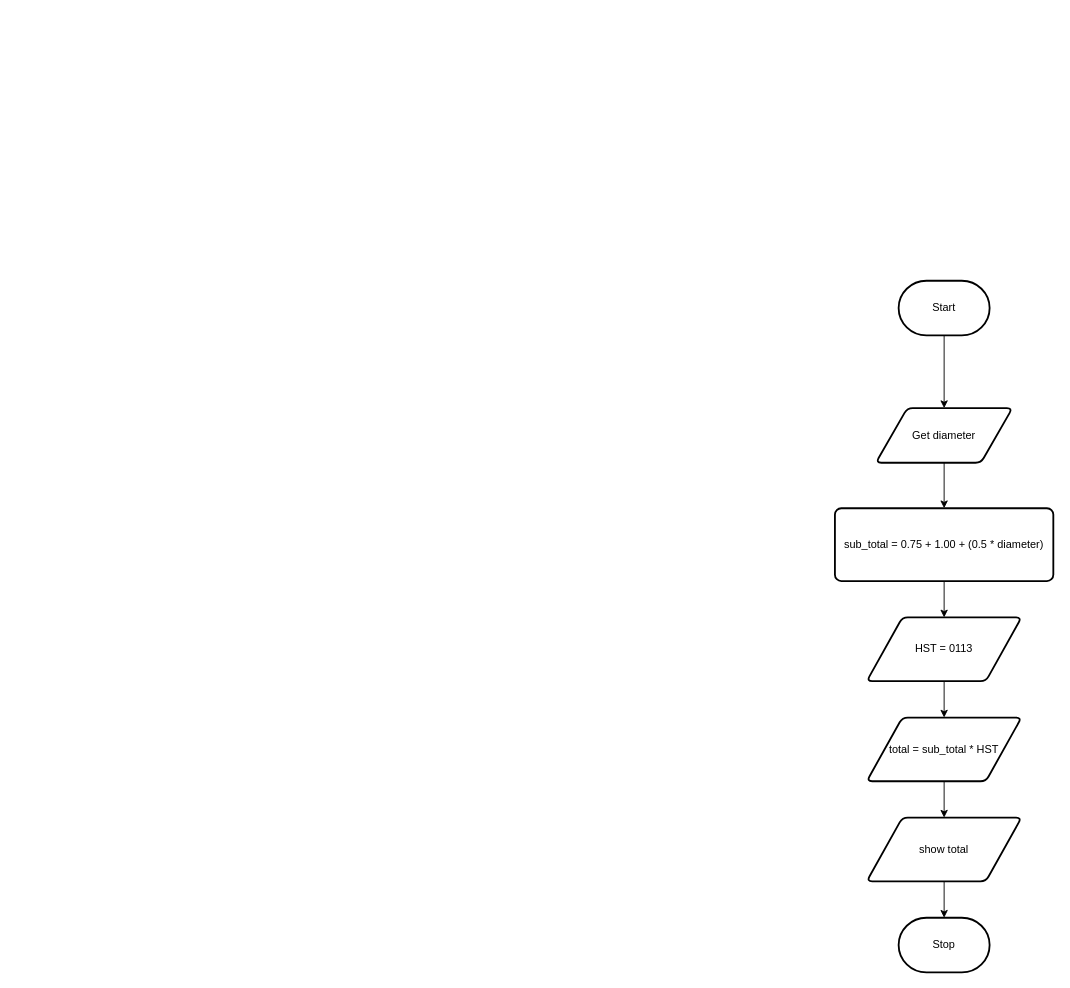
Above: flowchart.drawio in Huzaifa-Khalid-2/ICS3U-Assigment4-Python (draw.io), before the change. Source tidied: cells renumbered, new cells numbered last; positions are measured from the earlier drawing's top-left corner, leaving out a move shared by most shapes. Both pictures are drawn from the tidied source at 91%, with x=0, y=0 at pixel (834, 280).
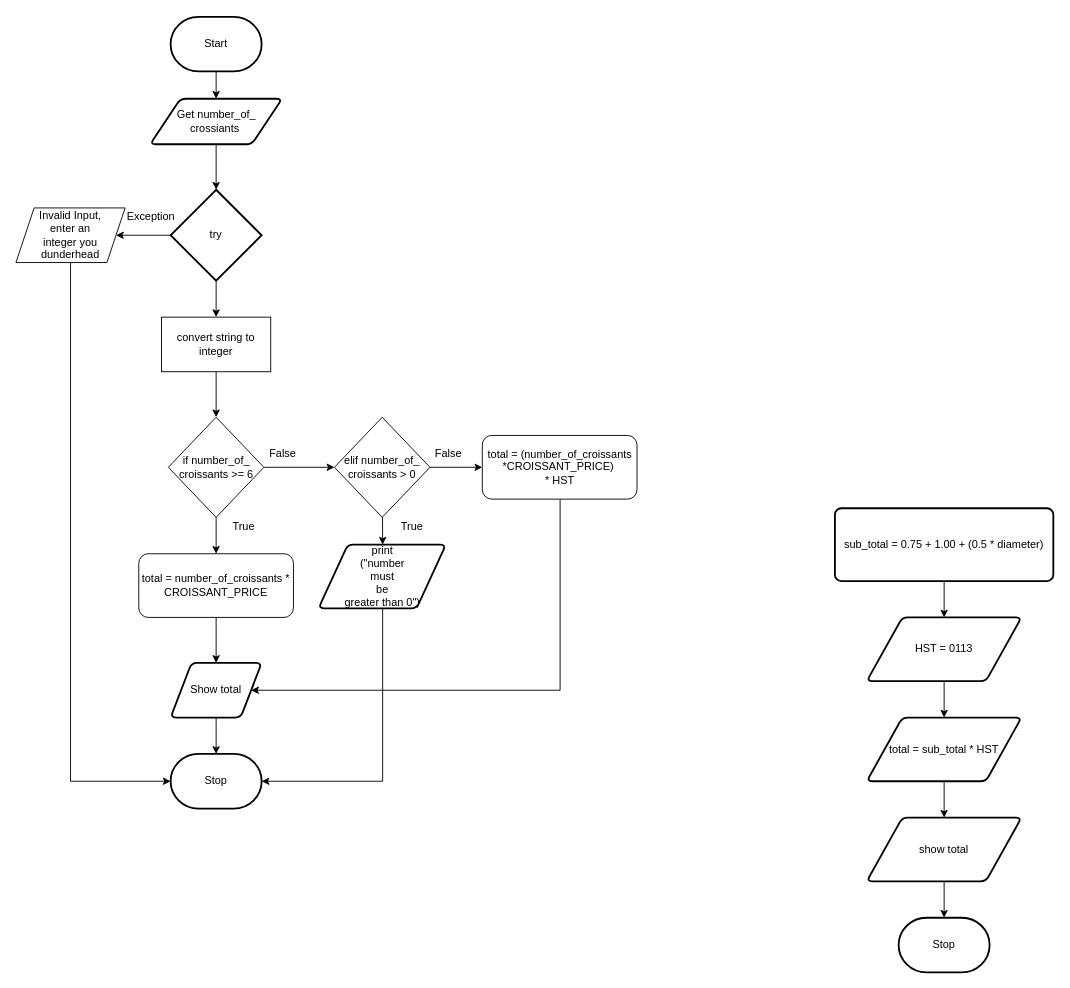
After the change.

Diff of the diagram source:
```diff
@@
-    <mxCell id="2" style="edgeStyle=none;html=1;" parent="1" edge="1" source="3">
-      <mxGeometry relative="1" as="geometry">
-        <mxPoint x="120" y="140" as="targetPoint" />
-      </mxGeometry>
-    </mxCell>
+    <mxCell id="15" style="edgeStyle=none;html=1;" parent="1" edge="1" source="3" target="5">
+      <mxGeometry relative="1" as="geometry" />
+    </mxCell>
     <mxCell id="3" value="Start" style="strokeWidth=2;html=1;shape=mxgraph.flowchart.terminator;whiteSpace=wrap;" parent="1" vertex="1">
-      <mxGeometry x="70" width="100" height="60" as="geometry" />
+      <mxGeometry x="-730" y="-290" width="100" height="60" as="geometry" />
     </mxCell>
-    <mxCell id="4" style="edgeStyle=none;html=1;" parent="1" edge="1" source="5">
-      <mxGeometry relative="1" as="geometry">
-        <mxPoint x="120" y="250" as="targetPoint" />
-      </mxGeometry>
-    </mxCell>
-    <mxCell id="5" value="Get diameter" style="shape=parallelogram;html=1;strokeWidth=2;perimeter=parallelogramPerimeter;whiteSpace=wrap;rounded=1;arcSize=12;size=0.23;" parent="1" vertex="1">
-      <mxGeometry x="45" y="140" width="150" height="60" as="geometry" />
-    </mxCell>
@@
+    <mxCell id="5" value="Get number_of_&lt;br&gt;crossiants&amp;nbsp;" style="shape=parallelogram;html=1;strokeWidth=2;perimeter=parallelogramPerimeter;whiteSpace=wrap;rounded=1;arcSize=12;size=0.23;" parent="1" vertex="1">
+      <mxGeometry x="-752.5" y="-200" width="145" height="50" as="geometry" />
+    </mxCell>
+    <mxCell id="16" style="endArrow=classic;html=1;exitX=0.5;exitY=1;exitDx=0;exitDy=0;" parent="1" edge="1" source="5" target="19">
+      <mxGeometry relative="1" as="geometry" />
+    </mxCell>
+    <mxCell id="17" style="edgeStyle=none;html=1;" parent="1" edge="1" source="19">
+      <mxGeometry relative="1" as="geometry">
+        <mxPoint x="-680" y="40" as="targetPoint" />
+      </mxGeometry>
+    </mxCell>
+    <mxCell id="18" style="edgeStyle=none;html=1;" parent="1" edge="1" source="19">
+      <mxGeometry relative="1" as="geometry">
+        <mxPoint x="-790" y="-50" as="targetPoint" />
+      </mxGeometry>
+    </mxCell>
+    <mxCell id="19" value="try" style="strokeWidth=2;html=1;shape=mxgraph.flowchart.decision;whiteSpace=wrap;" parent="1" vertex="1">
+      <mxGeometry x="-730" y="-100" width="100" height="100" as="geometry" />
+    </mxCell>
+    <mxCell id="20" style="edgeStyle=none;html=1;" parent="1" edge="1" source="21">
+      <mxGeometry relative="1" as="geometry">
+        <mxPoint x="-680" y="150" as="targetPoint" />
+      </mxGeometry>
+    </mxCell>
+    <mxCell id="21" value="&lt;span&gt;convert string to&lt;/span&gt;&lt;br&gt;&lt;span&gt;&amp;nbsp;integer&amp;nbsp;&lt;/span&gt;" style="rounded=0;whiteSpace=wrap;html=1;" parent="1" vertex="1">
+      <mxGeometry x="-740" y="40" width="120" height="60" as="geometry" />
+    </mxCell>
+    <mxCell id="22" style="edgeStyle=elbowEdgeStyle;html=1;rounded=0;entryX=0;entryY=0.5;entryDx=0;entryDy=0;entryPerimeter=0;" parent="1" edge="1" source="23" target="43">
+      <mxGeometry relative="1" as="geometry">
+        <Array as="points">
+          <mxPoint x="-840" y="240" />
+        </Array>
+      </mxGeometry>
+    </mxCell>
+    <mxCell id="23" value="Invalid Input, &lt;br&gt;enter an &lt;br&gt;integer you dunderhead" style="shape=parallelogram;perimeter=parallelogramPerimeter;whiteSpace=wrap;html=1;fixedSize=1;" parent="1" vertex="1">
+      <mxGeometry x="-900" y="-80" width="120" height="60" as="geometry" />
+    </mxCell>
+    <mxCell id="24" style="edgeStyle=none;html=1;" parent="1" edge="1" source="26">
+      <mxGeometry relative="1" as="geometry">
+        <mxPoint x="-680" y="300" as="targetPoint" />
+      </mxGeometry>
+    </mxCell>
+    <mxCell id="25" style="edgeStyle=none;html=1;" parent="1" edge="1" source="26">
+      <mxGeometry relative="1" as="geometry">
+        <mxPoint x="-550" y="205" as="targetPoint" />
+      </mxGeometry>
+    </mxCell>
+    <mxCell id="26" value="if number_of_&lt;br&gt;croissants &amp;gt;= 6" style="rhombus;whiteSpace=wrap;html=1;direction=south;" parent="1" vertex="1">
+      <mxGeometry x="-732.5" y="150" width="105" height="110" as="geometry" />
+    </mxCell>
+    <mxCell id="27" style="edgeStyle=none;html=1;" parent="1" edge="1" source="28">
+      <mxGeometry relative="1" as="geometry">
+        <mxPoint x="-680" y="420" as="targetPoint" />
+      </mxGeometry>
+    </mxCell>
+    <mxCell id="28" value="total = number_of_croissants * CROISSANT_PRICE" style="rounded=1;whiteSpace=wrap;html=1;" parent="1" vertex="1">
+      <mxGeometry x="-765" y="300" width="170" height="70" as="geometry" />
+    </mxCell>
+    <mxCell id="29" value="True" style="text;html=1;align=center;verticalAlign=middle;strokeColor=none;fillColor=none;" parent="1" vertex="1">
+      <mxGeometry x="-670" y="260" width="40" height="20" as="geometry" />
+    </mxCell>
+    <mxCell id="30" value="False" style="text;html=1;align=center;verticalAlign=middle;strokeColor=none;fillColor=none;" parent="1" vertex="1">
+      <mxGeometry x="-627.5" y="180" width="40" height="20" as="geometry" />
+    </mxCell>
+    <mxCell id="31" style="edgeStyle=none;html=1;" parent="1" edge="1" source="33">
+      <mxGeometry relative="1" as="geometry">
+        <mxPoint x="-497" y="290" as="targetPoint" />
+      </mxGeometry>
+    </mxCell>
+    <mxCell id="32" style="edgeStyle=none;html=1;entryX=0;entryY=0.5;entryDx=0;entryDy=0;" parent="1" edge="1" source="33" target="41">
+      <mxGeometry relative="1" as="geometry" />
+    </mxCell>
+    <mxCell id="33" value="elif number_of_&lt;br&gt;croissants &amp;gt; 0" style="rhombus;whiteSpace=wrap;html=1;direction=south;" parent="1" vertex="1">
+      <mxGeometry x="-550" y="150" width="105" height="110" as="geometry" />
+    </mxCell>
+    <mxCell id="34" value="True" style="text;html=1;align=center;verticalAlign=middle;strokeColor=none;fillColor=none;" parent="1" vertex="1">
+      <mxGeometry x="-485" y="260" width="40" height="20" as="geometry" />
+    </mxCell>
+    <mxCell id="35" style="edgeStyle=elbowEdgeStyle;html=1;" parent="1" edge="1" source="36">
+      <mxGeometry relative="1" as="geometry">
+        <mxPoint x="-680" y="520" as="targetPoint" />
+      </mxGeometry>
+    </mxCell>
+    <mxCell id="36" value="Show total" style="shape=parallelogram;html=1;strokeWidth=2;perimeter=parallelogramPerimeter;whiteSpace=wrap;rounded=1;arcSize=12;size=0.23;" parent="1" vertex="1">
+      <mxGeometry x="-730" y="420" width="100" height="60" as="geometry" />
+    </mxCell>
+    <mxCell id="37" style="edgeStyle=elbowEdgeStyle;rounded=0;html=1;strokeColor=default;entryX=1;entryY=0.5;entryDx=0;entryDy=0;entryPerimeter=0;" parent="1" edge="1" source="38" target="43">
+      <mxGeometry relative="1" as="geometry">
+        <Array as="points">
+          <mxPoint x="-497" y="470" />
+        </Array>
+      </mxGeometry>
+    </mxCell>
+    <mxCell id="38" value="print&lt;br&gt;(&quot;number &lt;br&gt;must &lt;br&gt;be &lt;br&gt;greater than 0&quot;)" style="shape=parallelogram;html=1;strokeWidth=2;perimeter=parallelogramPerimeter;whiteSpace=wrap;rounded=1;arcSize=12;size=0.23;" parent="1" vertex="1">
+      <mxGeometry x="-567.5" y="290" width="140" height="70" as="geometry" />
+    </mxCell>
+    <mxCell id="39" value="False" style="text;html=1;align=center;verticalAlign=middle;strokeColor=none;fillColor=none;" parent="1" vertex="1">
+      <mxGeometry x="-445" y="180" width="40" height="20" as="geometry" />
+    </mxCell>
+    <mxCell id="40" style="edgeStyle=elbowEdgeStyle;html=1;entryX=1;entryY=0.5;entryDx=0;entryDy=0;strokeColor=default;rounded=0;" parent="1" edge="1" source="41" target="36">
+      <mxGeometry relative="1" as="geometry">
+        <Array as="points">
+          <mxPoint x="-302" y="370" />
+        </Array>
+      </mxGeometry>
+    </mxCell>
+    <mxCell id="41" value="total = (number_of_croissants *CROISSANT_PRICE)&amp;nbsp;&lt;br&gt;* HST" style="rounded=1;whiteSpace=wrap;html=1;" parent="1" vertex="1">
+      <mxGeometry x="-387.5" y="170" width="170" height="70" as="geometry" />
+    </mxCell>
+    <mxCell id="42" value="Exception" style="text;html=1;align=center;verticalAlign=middle;strokeColor=none;fillColor=none;" parent="1" vertex="1">
+      <mxGeometry x="-787.5" y="-80" width="70" height="20" as="geometry" />
+    </mxCell>
+    <mxCell id="43" value="Stop" style="strokeWidth=2;html=1;shape=mxgraph.flowchart.terminator;whiteSpace=wrap;" parent="1" vertex="1">
+      <mxGeometry x="-730" y="520" width="100" height="60" as="geometry" />
+    </mxCell>
```
